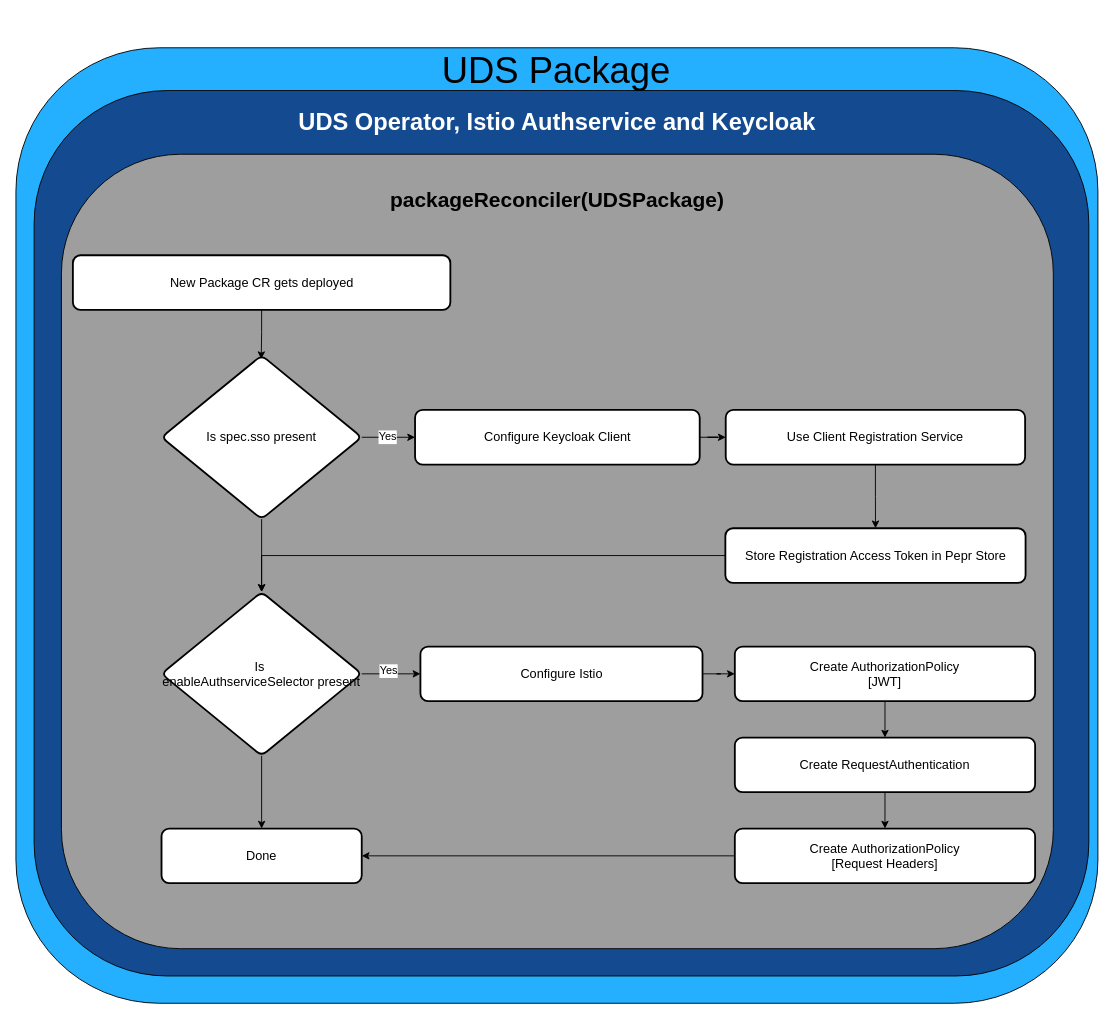
Before: docs/.images/diagrams/uds-core-pepr-operator-flow.drawio in defenseunicorns/uds-core, a draw.io diagram. Source tidied: cells renumbered, new cells numbered last; positions are measured from the earlier drawing's top-left corner, leaving out a move shared by most shapes. Both pictures are drawn from the tidied source at 91%, with x=0, y=0 at pixel (15, 47).
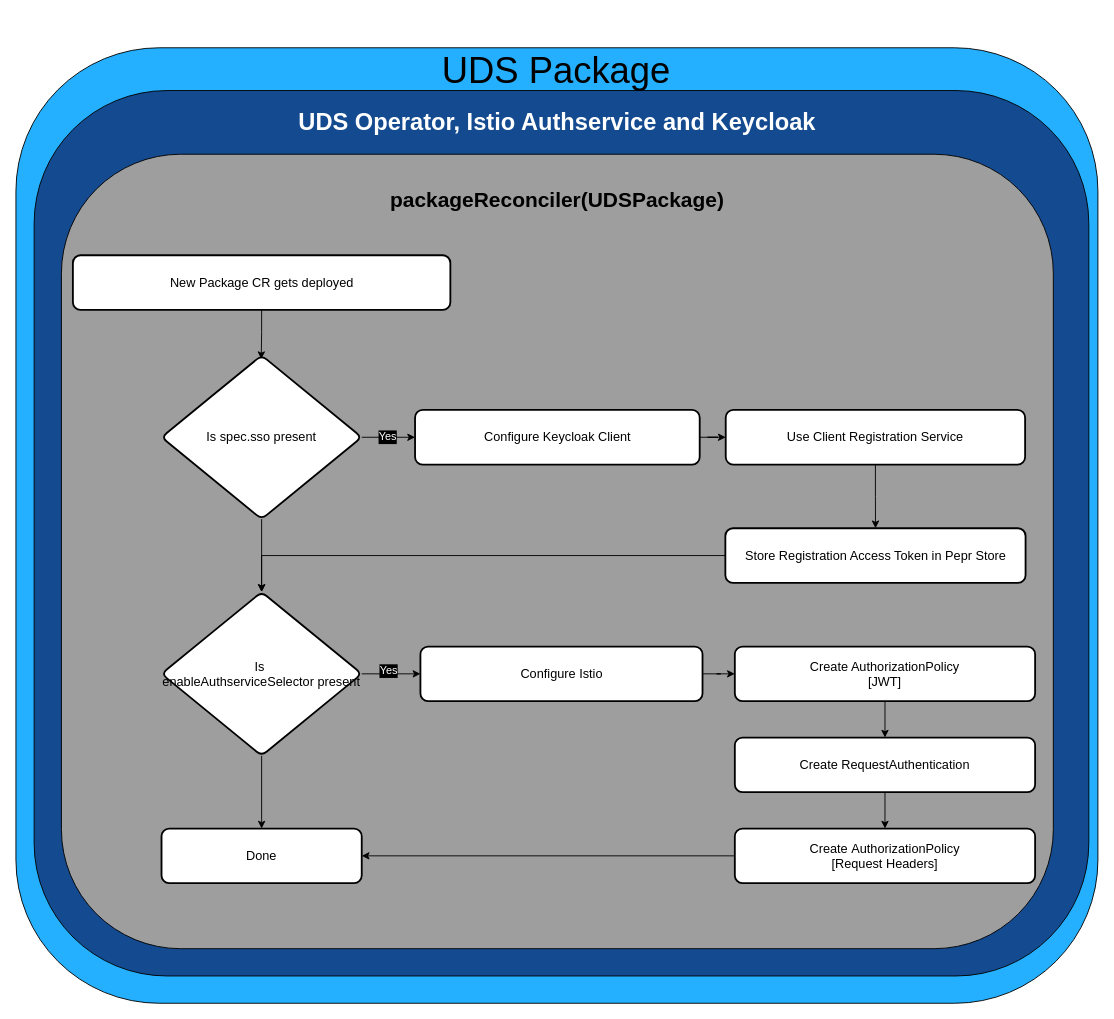
After the change.

Diff of the diagram source:
```diff
@@
-    <mxCell id="31" value="&lt;span style=&quot;&quot;&gt;Yes&lt;/span&gt;" style="text;html=1;align=center;verticalAlign=middle;whiteSpace=wrap;rounded=0;labelBackgroundColor=#FFFFFF;fontColor=#000000;" parent="1" vertex="1">
+    <mxCell id="31" value="&lt;span style=&quot;&quot;&gt;Yes&lt;/span&gt;" style="text;html=1;align=center;verticalAlign=middle;whiteSpace=wrap;rounded=0;labelBackgroundColor=#000000;fontColor=#FFFFFF;" parent="1" vertex="1">
       <mxGeometry x="378.6" y="413" width="60" height="30" as="geometry" />
     </mxCell>
-    <mxCell id="32" value="Yes" style="text;html=1;align=center;verticalAlign=middle;whiteSpace=wrap;rounded=0;labelBackgroundColor=#FFFFFF;fontColor=#000000;" parent="1" vertex="1">
+    <mxCell id="32" value="Yes" style="text;html=1;align=center;verticalAlign=middle;whiteSpace=wrap;rounded=0;labelBackgroundColor=#000000;fontColor=#FFFFFF;" parent="1" vertex="1">
       <mxGeometry x="380" y="670" width="60" height="30" as="geometry" />
     </mxCell>
```
